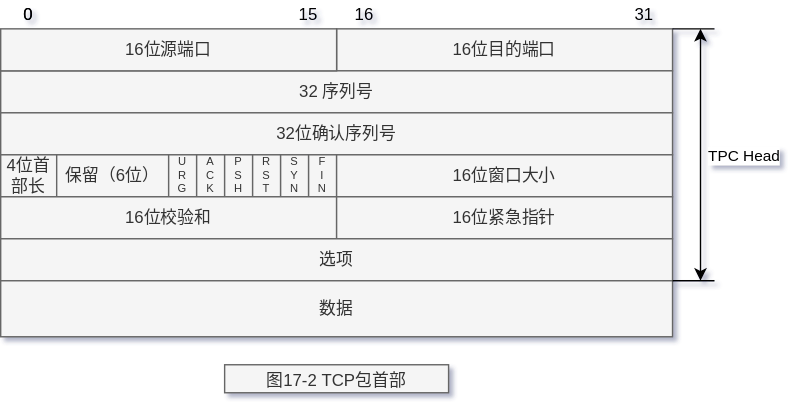
This is tcp-ip/TCP-IP-详解-卷1/images/TCP-IP-17-2.svg from web1992/read, a draw.io export, as it was before one commit. Source tidied: cells renumbered, new cells last; positions are measured from the earlier drawing's top-left corner, leaving out a move shared by most shapes. The source it was exported from:
```xml
<mxGraphModel>
  <root>
    <mxCell id="0" />
    <mxCell id="1" parent="0" />
    <mxCell id="2" value="16位目的端口" style="rounded=0;whiteSpace=wrap;html=1;fillColor=#f5f5f5;strokeColor=#666666;fontColor=#333333;" parent="1" vertex="1">
      <mxGeometry x="240" y="20" width="240" height="30" as="geometry" />
    </mxCell>
    <mxCell id="3" value="32 序列号" style="rounded=0;whiteSpace=wrap;html=1;fillColor=#f5f5f5;strokeColor=#666666;fontColor=#333333;" parent="1" vertex="1">
      <mxGeometry y="50" width="480" height="30" as="geometry" />
    </mxCell>
    <mxCell id="4" value="32位确认序列号" style="rounded=0;whiteSpace=wrap;html=1;fillColor=#f5f5f5;strokeColor=#666666;fontColor=#333333;" parent="1" vertex="1">
      <mxGeometry y="80" width="480" height="30" as="geometry" />
    </mxCell>
    <mxCell id="5" value="4位首部长" style="rounded=0;whiteSpace=wrap;html=1;fillColor=#f5f5f5;strokeColor=#666666;fontColor=#333333;" parent="1" vertex="1">
      <mxGeometry y="110" width="40" height="30" as="geometry" />
    </mxCell>
    <mxCell id="6" value="保留（6位）" style="rounded=0;whiteSpace=wrap;html=1;fillColor=#f5f5f5;strokeColor=#666666;fontColor=#333333;" parent="1" vertex="1">
      <mxGeometry x="40" y="110" width="80" height="30" as="geometry" />
    </mxCell>
    <mxCell id="7" value="U&lt;br style=&quot;font-size: 8px;&quot;&gt;R&lt;br style=&quot;font-size: 8px;&quot;&gt;G" style="rounded=0;whiteSpace=wrap;html=1;fillColor=#f5f5f5;strokeColor=#666666;fontColor=#333333;fontSize=8;" parent="1" vertex="1">
      <mxGeometry x="120" y="110" width="20" height="30" as="geometry" />
    </mxCell>
    <mxCell id="8" value="A&lt;br style=&quot;font-size: 8px;&quot;&gt;C&lt;br style=&quot;font-size: 8px;&quot;&gt;K" style="rounded=0;whiteSpace=wrap;html=1;fillColor=#f5f5f5;strokeColor=#666666;fontColor=#333333;fontSize=8;" parent="1" vertex="1">
      <mxGeometry x="140" y="110" width="20" height="30" as="geometry" />
    </mxCell>
    <mxCell id="9" value="P&lt;br style=&quot;font-size: 8px;&quot;&gt;S&lt;br style=&quot;font-size: 8px;&quot;&gt;H" style="rounded=0;whiteSpace=wrap;html=1;fillColor=#f5f5f5;strokeColor=#666666;fontColor=#333333;fontSize=8;" parent="1" vertex="1">
      <mxGeometry x="160" y="110" width="20" height="30" as="geometry" />
    </mxCell>
    <mxCell id="10" value="R&lt;br style=&quot;font-size: 8px;&quot;&gt;S&lt;br style=&quot;font-size: 8px;&quot;&gt;T" style="rounded=0;whiteSpace=wrap;html=1;fillColor=#f5f5f5;strokeColor=#666666;fontColor=#333333;fontSize=8;" parent="1" vertex="1">
      <mxGeometry x="180" y="110" width="20" height="30" as="geometry" />
    </mxCell>
    <mxCell id="11" value="S&lt;br style=&quot;font-size: 8px;&quot;&gt;Y&lt;br style=&quot;font-size: 8px;&quot;&gt;N" style="rounded=0;whiteSpace=wrap;html=1;fillColor=#f5f5f5;strokeColor=#666666;fontColor=#333333;fontSize=8;" parent="1" vertex="1">
      <mxGeometry x="200" y="110" width="20" height="30" as="geometry" />
    </mxCell>
    <mxCell id="12" value="F&lt;br style=&quot;font-size: 8px;&quot;&gt;I&lt;br style=&quot;font-size: 8px;&quot;&gt;N" style="rounded=0;whiteSpace=wrap;html=1;fillColor=#f5f5f5;strokeColor=#666666;fontColor=#333333;fontSize=8;" parent="1" vertex="1">
      <mxGeometry x="220" y="110" width="20" height="30" as="geometry" />
    </mxCell>
    <mxCell id="13" value="16位源端口" style="rounded=0;whiteSpace=wrap;html=1;fillColor=#f5f5f5;strokeColor=#666666;fontColor=#333333;" parent="1" vertex="1">
      <mxGeometry y="20" width="240" height="30" as="geometry" />
    </mxCell>
    <mxCell id="14" value="16位窗口大小" style="rounded=0;whiteSpace=wrap;html=1;fillColor=#f5f5f5;strokeColor=#666666;fontColor=#333333;" parent="1" vertex="1">
      <mxGeometry x="240" y="110" width="240" height="30" as="geometry" />
    </mxCell>
    <mxCell id="15" value="16位校验和" style="rounded=0;whiteSpace=wrap;html=1;fillColor=#f5f5f5;strokeColor=#666666;fontColor=#333333;" parent="1" vertex="1">
      <mxGeometry y="140" width="240" height="30" as="geometry" />
    </mxCell>
    <mxCell id="16" value="16位紧急指针" style="rounded=0;whiteSpace=wrap;html=1;fillColor=#f5f5f5;strokeColor=#666666;fontColor=#333333;" parent="1" vertex="1">
      <mxGeometry x="240" y="140" width="240" height="30" as="geometry" />
    </mxCell>
    <mxCell id="17" value="选项" style="rounded=0;whiteSpace=wrap;html=1;fillColor=#f5f5f5;strokeColor=#666666;fontColor=#333333;" parent="1" vertex="1">
      <mxGeometry y="170" width="480" height="30" as="geometry" />
    </mxCell>
    <mxCell id="18" value="数据" style="rounded=0;whiteSpace=wrap;html=1;fillColor=#f5f5f5;strokeColor=#666666;fontColor=#333333;" parent="1" vertex="1">
      <mxGeometry y="200" width="480" height="40" as="geometry" />
    </mxCell>
    <mxCell id="19" value="0" style="text;html=1;strokeColor=none;fillColor=none;align=center;verticalAlign=middle;whiteSpace=wrap;rounded=0;" parent="1" vertex="1">
      <mxGeometry width="40" height="20" as="geometry" />
    </mxCell>
    <mxCell id="20" value="0" style="text;html=1;strokeColor=none;fillColor=none;align=center;verticalAlign=middle;whiteSpace=wrap;rounded=0;" parent="1" vertex="1">
      <mxGeometry width="40" height="20" as="geometry" />
    </mxCell>
    <mxCell id="21" value="15" style="text;html=1;strokeColor=none;fillColor=none;align=center;verticalAlign=middle;whiteSpace=wrap;rounded=0;" parent="1" vertex="1">
      <mxGeometry x="200" width="40" height="20" as="geometry" />
    </mxCell>
    <mxCell id="22" value="16" style="text;html=1;strokeColor=none;fillColor=none;align=center;verticalAlign=middle;whiteSpace=wrap;rounded=0;" parent="1" vertex="1">
      <mxGeometry x="240" width="40" height="20" as="geometry" />
    </mxCell>
    <mxCell id="23" value="31" style="text;html=1;strokeColor=none;fillColor=none;align=center;verticalAlign=middle;whiteSpace=wrap;rounded=0;" parent="1" vertex="1">
      <mxGeometry x="440" width="40" height="20" as="geometry" />
    </mxCell>
    <mxCell id="24" style="endArrow=none;html=1;" parent="1" edge="1">
      <mxGeometry relative="1" as="geometry">
        <mxPoint x="480" y="20" as="sourcePoint" />
        <mxPoint x="510" y="20" as="targetPoint" />
      </mxGeometry>
    </mxCell>
    <mxCell id="25" style="endArrow=none;html=1;" parent="1" edge="1">
      <mxGeometry relative="1" as="geometry">
        <mxPoint x="480" y="200" as="sourcePoint" />
        <mxPoint x="510" y="200" as="targetPoint" />
      </mxGeometry>
    </mxCell>
    <mxCell id="26" style="endArrow=classic;startArrow=classic;html=1;" parent="1" edge="1">
      <mxGeometry relative="1" as="geometry">
        <mxPoint x="500" y="200" as="sourcePoint" />
        <mxPoint x="500" y="20" as="targetPoint" />
      </mxGeometry>
    </mxCell>
    <mxCell id="27" value="TPC Head" style="edgeLabel;html=1;align=center;verticalAlign=middle;" parent="26" vertex="1">
      <mxGeometry x="0.01" y="-4" relative="1" as="geometry">
        <mxPoint x="26" y="1" as="offset" />
      </mxGeometry>
    </mxCell>
    <mxCell id="28" value="&lt;p class=&quot;p1&quot; style=&quot;margin: 0px ; font-stretch: normal ; font-size: 12px ; line-height: normal&quot;&gt;&lt;span class=&quot;s1&quot; style=&quot;font-stretch: normal ; line-height: normal&quot;&gt;图&lt;/span&gt;17-2 TCP&lt;span class=&quot;s1&quot; style=&quot;font-stretch: normal ; line-height: normal&quot;&gt;包首部&lt;/span&gt;&lt;/p&gt;" style="text;html=1;strokeColor=#666666;fillColor=#f5f5f5;align=center;verticalAlign=middle;whiteSpace=wrap;rounded=0;labelBackgroundColor=none;fontSize=13;fontColor=#333333;" parent="1" vertex="1">
      <mxGeometry x="160" y="260" width="160" height="20" as="geometry" />
    </mxCell>
  </root>
</mxGraphModel>
```
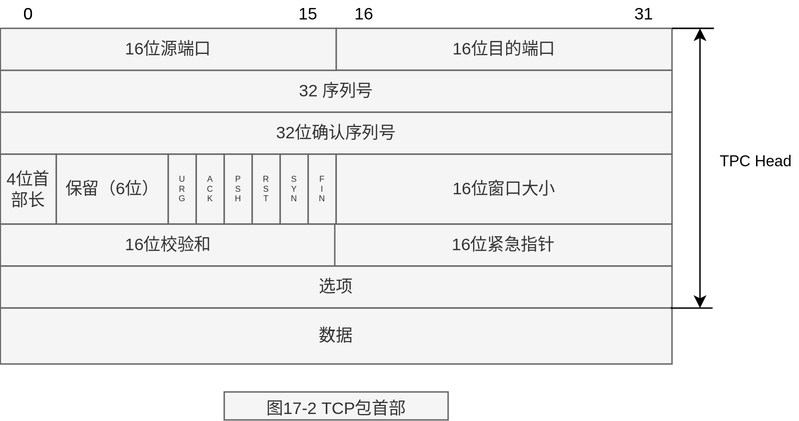
The same diagram one commit later.

The edit, as a diff of the source:
```diff
@@ -12,46 +12,46 @@
       <mxGeometry y="80" width="480" height="30" as="geometry" />
     </mxCell>
     <mxCell id="5" value="4位首部长" style="rounded=0;whiteSpace=wrap;html=1;fillColor=#f5f5f5;strokeColor=#666666;fontColor=#333333;" parent="1" vertex="1">
-      <mxGeometry y="110" width="40" height="30" as="geometry" />
+      <mxGeometry y="110" width="40" height="50" as="geometry" />
     </mxCell>
     <mxCell id="6" value="保留（6位）" style="rounded=0;whiteSpace=wrap;html=1;fillColor=#f5f5f5;strokeColor=#666666;fontColor=#333333;" parent="1" vertex="1">
-      <mxGeometry x="40" y="110" width="80" height="30" as="geometry" />
+      <mxGeometry x="40" y="110" width="80" height="50" as="geometry" />
     </mxCell>
-    <mxCell id="7" value="U&lt;br style=&quot;font-size: 8px;&quot;&gt;R&lt;br style=&quot;font-size: 8px;&quot;&gt;G" style="rounded=0;whiteSpace=wrap;html=1;fillColor=#f5f5f5;strokeColor=#666666;fontColor=#333333;fontSize=8;" parent="1" vertex="1">
-      <mxGeometry x="120" y="110" width="20" height="30" as="geometry" />
+    <mxCell id="7" value="U&lt;br style=&quot;font-size: 6px;&quot;&gt;R&lt;br style=&quot;font-size: 6px;&quot;&gt;G" style="rounded=0;whiteSpace=wrap;html=1;fillColor=#f5f5f5;strokeColor=#666666;fontColor=#333333;fontSize=6;" parent="1" vertex="1">
+      <mxGeometry x="120" y="110" width="20" height="50" as="geometry" />
     </mxCell>
-    <mxCell id="8" value="A&lt;br style=&quot;font-size: 8px;&quot;&gt;C&lt;br style=&quot;font-size: 8px;&quot;&gt;K" style="rounded=0;whiteSpace=wrap;html=1;fillColor=#f5f5f5;strokeColor=#666666;fontColor=#333333;fontSize=8;" parent="1" vertex="1">
-      <mxGeometry x="140" y="110" width="20" height="30" as="geometry" />
+    <mxCell id="8" value="A&lt;br style=&quot;font-size: 6px;&quot;&gt;C&lt;br style=&quot;font-size: 6px;&quot;&gt;K" style="rounded=0;whiteSpace=wrap;html=1;fillColor=#f5f5f5;strokeColor=#666666;fontColor=#333333;fontSize=6;" parent="1" vertex="1">
+      <mxGeometry x="140" y="110" width="20" height="50" as="geometry" />
     </mxCell>
-    <mxCell id="9" value="P&lt;br style=&quot;font-size: 8px;&quot;&gt;S&lt;br style=&quot;font-size: 8px;&quot;&gt;H" style="rounded=0;whiteSpace=wrap;html=1;fillColor=#f5f5f5;strokeColor=#666666;fontColor=#333333;fontSize=8;" parent="1" vertex="1">
-      <mxGeometry x="160" y="110" width="20" height="30" as="geometry" />
+    <mxCell id="9" value="P&lt;br style=&quot;font-size: 6px;&quot;&gt;S&lt;br style=&quot;font-size: 6px;&quot;&gt;H" style="rounded=0;whiteSpace=wrap;html=1;fillColor=#f5f5f5;strokeColor=#666666;fontColor=#333333;fontSize=6;" parent="1" vertex="1">
+      <mxGeometry x="160" y="110" width="20" height="50" as="geometry" />
     </mxCell>
-    <mxCell id="10" value="R&lt;br style=&quot;font-size: 8px;&quot;&gt;S&lt;br style=&quot;font-size: 8px;&quot;&gt;T" style="rounded=0;whiteSpace=wrap;html=1;fillColor=#f5f5f5;strokeColor=#666666;fontColor=#333333;fontSize=8;" parent="1" vertex="1">
-      <mxGeometry x="180" y="110" width="20" height="30" as="geometry" />
+    <mxCell id="10" value="R&lt;br style=&quot;font-size: 6px;&quot;&gt;S&lt;br style=&quot;font-size: 6px;&quot;&gt;T" style="rounded=0;whiteSpace=wrap;html=1;fillColor=#f5f5f5;strokeColor=#666666;fontColor=#333333;fontSize=6;" parent="1" vertex="1">
+      <mxGeometry x="180" y="110" width="20" height="50" as="geometry" />
     </mxCell>
-    <mxCell id="11" value="S&lt;br style=&quot;font-size: 8px;&quot;&gt;Y&lt;br style=&quot;font-size: 8px;&quot;&gt;N" style="rounded=0;whiteSpace=wrap;html=1;fillColor=#f5f5f5;strokeColor=#666666;fontColor=#333333;fontSize=8;" parent="1" vertex="1">
-      <mxGeometry x="200" y="110" width="20" height="30" as="geometry" />
+    <mxCell id="11" value="S&lt;br style=&quot;font-size: 6px;&quot;&gt;Y&lt;br style=&quot;font-size: 6px;&quot;&gt;N" style="rounded=0;whiteSpace=wrap;html=1;fillColor=#f5f5f5;strokeColor=#666666;fontColor=#333333;fontSize=6;" parent="1" vertex="1">
+      <mxGeometry x="200" y="110" width="20" height="50" as="geometry" />
     </mxCell>
-    <mxCell id="12" value="F&lt;br style=&quot;font-size: 8px;&quot;&gt;I&lt;br style=&quot;font-size: 8px;&quot;&gt;N" style="rounded=0;whiteSpace=wrap;html=1;fillColor=#f5f5f5;strokeColor=#666666;fontColor=#333333;fontSize=8;" parent="1" vertex="1">
-      <mxGeometry x="220" y="110" width="20" height="30" as="geometry" />
+    <mxCell id="12" value="F&lt;br style=&quot;font-size: 6px;&quot;&gt;I&lt;br style=&quot;font-size: 6px;&quot;&gt;N" style="rounded=0;whiteSpace=wrap;html=1;fillColor=#f5f5f5;strokeColor=#666666;fontColor=#333333;fontSize=6;" parent="1" vertex="1">
+      <mxGeometry x="220" y="110" width="20" height="50" as="geometry" />
     </mxCell>
     <mxCell id="13" value="16位源端口" style="rounded=0;whiteSpace=wrap;html=1;fillColor=#f5f5f5;strokeColor=#666666;fontColor=#333333;" parent="1" vertex="1">
       <mxGeometry y="20" width="240" height="30" as="geometry" />
     </mxCell>
     <mxCell id="14" value="16位窗口大小" style="rounded=0;whiteSpace=wrap;html=1;fillColor=#f5f5f5;strokeColor=#666666;fontColor=#333333;" parent="1" vertex="1">
-      <mxGeometry x="240" y="110" width="240" height="30" as="geometry" />
+      <mxGeometry x="240" y="110" width="240" height="50" as="geometry" />
     </mxCell>
     <mxCell id="15" value="16位校验和" style="rounded=0;whiteSpace=wrap;html=1;fillColor=#f5f5f5;strokeColor=#666666;fontColor=#333333;" parent="1" vertex="1">
-      <mxGeometry y="140" width="240" height="30" as="geometry" />
+      <mxGeometry y="160" width="240" height="30" as="geometry" />
     </mxCell>
     <mxCell id="16" value="16位紧急指针" style="rounded=0;whiteSpace=wrap;html=1;fillColor=#f5f5f5;strokeColor=#666666;fontColor=#333333;" parent="1" vertex="1">
-      <mxGeometry x="240" y="140" width="240" height="30" as="geometry" />
+      <mxGeometry x="239" y="160" width="241" height="30" as="geometry" />
     </mxCell>
     <mxCell id="17" value="选项" style="rounded=0;whiteSpace=wrap;html=1;fillColor=#f5f5f5;strokeColor=#666666;fontColor=#333333;" parent="1" vertex="1">
-      <mxGeometry y="170" width="480" height="30" as="geometry" />
+      <mxGeometry y="190" width="480" height="30" as="geometry" />
     </mxCell>
     <mxCell id="18" value="数据" style="rounded=0;whiteSpace=wrap;html=1;fillColor=#f5f5f5;strokeColor=#666666;fontColor=#333333;" parent="1" vertex="1">
-      <mxGeometry y="200" width="480" height="40" as="geometry" />
+      <mxGeometry y="220" width="480" height="40" as="geometry" />
     </mxCell>
     <mxCell id="19" value="0" style="text;html=1;strokeColor=none;fillColor=none;align=center;verticalAlign=middle;whiteSpace=wrap;rounded=0;" parent="1" vertex="1">
       <mxGeometry width="40" height="20" as="geometry" />
@@ -76,23 +76,21 @@
     </mxCell>
     <mxCell id="25" style="endArrow=none;html=1;" parent="1" edge="1">
       <mxGeometry relative="1" as="geometry">
-        <mxPoint x="480" y="200" as="sourcePoint" />
-        <mxPoint x="510" y="200" as="targetPoint" />
+        <mxPoint x="479" y="220" as="sourcePoint" />
+        <mxPoint x="509" y="220" as="targetPoint" />
       </mxGeometry>
     </mxCell>
     <mxCell id="26" style="endArrow=classic;startArrow=classic;html=1;" parent="1" edge="1">
       <mxGeometry relative="1" as="geometry">
-        <mxPoint x="500" y="200" as="sourcePoint" />
+        <mxPoint x="500" y="220" as="sourcePoint" />
         <mxPoint x="500" y="20" as="targetPoint" />
       </mxGeometry>
     </mxCell>
+    <mxCell id="28" value="&lt;p class=&quot;p1&quot; style=&quot;margin: 0px ; font-stretch: normal ; font-size: 12px ; line-height: normal&quot;&gt;&lt;span class=&quot;s1&quot; style=&quot;font-stretch: normal ; line-height: normal&quot;&gt;图&lt;/span&gt;17-2 TCP&lt;span class=&quot;s1&quot; style=&quot;font-stretch: normal ; line-height: normal&quot;&gt;包首部&lt;/span&gt;&lt;/p&gt;" style="text;html=1;strokeColor=#666666;fillColor=#f5f5f5;align=center;verticalAlign=middle;whiteSpace=wrap;rounded=0;labelBackgroundColor=none;fontSize=13;fontColor=#333333;" parent="1" vertex="1">
+      <mxGeometry x="160" y="280" width="160" height="20" as="geometry" />
+    </mxCell>
-    <mxCell id="27" value="TPC Head" style="edgeLabel;html=1;align=center;verticalAlign=middle;" parent="26" vertex="1">
-      <mxGeometry x="0.01" y="-4" relative="1" as="geometry">
-        <mxPoint x="26" y="1" as="offset" />
-      </mxGeometry>
+    <mxCell id="27" value="&lt;span style=&quot;font-size: 11px ; background-color: rgb(255 , 255 , 255)&quot;&gt;TPC Head&lt;/span&gt;" style="text;html=1;strokeColor=none;fillColor=none;align=center;verticalAlign=middle;whiteSpace=wrap;rounded=0;" parent="1" vertex="1">
+      <mxGeometry x="510" y="100" width="60" height="30" as="geometry" />
     </mxCell>
-    <mxCell id="28" value="&lt;p class=&quot;p1&quot; style=&quot;margin: 0px ; font-stretch: normal ; font-size: 12px ; line-height: normal&quot;&gt;&lt;span class=&quot;s1&quot; style=&quot;font-stretch: normal ; line-height: normal&quot;&gt;图&lt;/span&gt;17-2 TCP&lt;span class=&quot;s1&quot; style=&quot;font-stretch: normal ; line-height: normal&quot;&gt;包首部&lt;/span&gt;&lt;/p&gt;" style="text;html=1;strokeColor=#666666;fillColor=#f5f5f5;align=center;verticalAlign=middle;whiteSpace=wrap;rounded=0;labelBackgroundColor=none;fontSize=13;fontColor=#333333;" parent="1" vertex="1">
-      <mxGeometry x="160" y="260" width="160" height="20" as="geometry" />
-    </mxCell>
   </root>
 </mxGraphModel>
```
